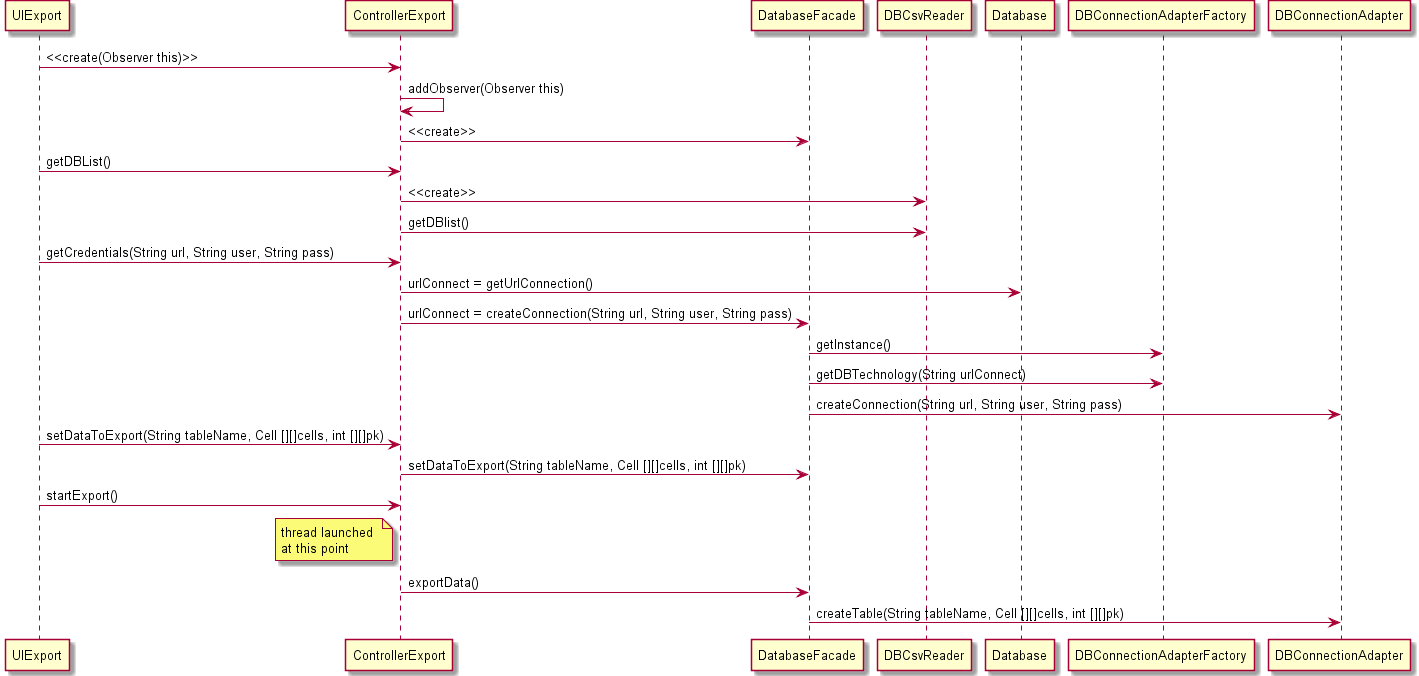
askpt/LAPR4 keeps this PlantUML diagram as src/csheets/ext/database/docs/use_case_realization_DBexport.png. Above is the earlier version.
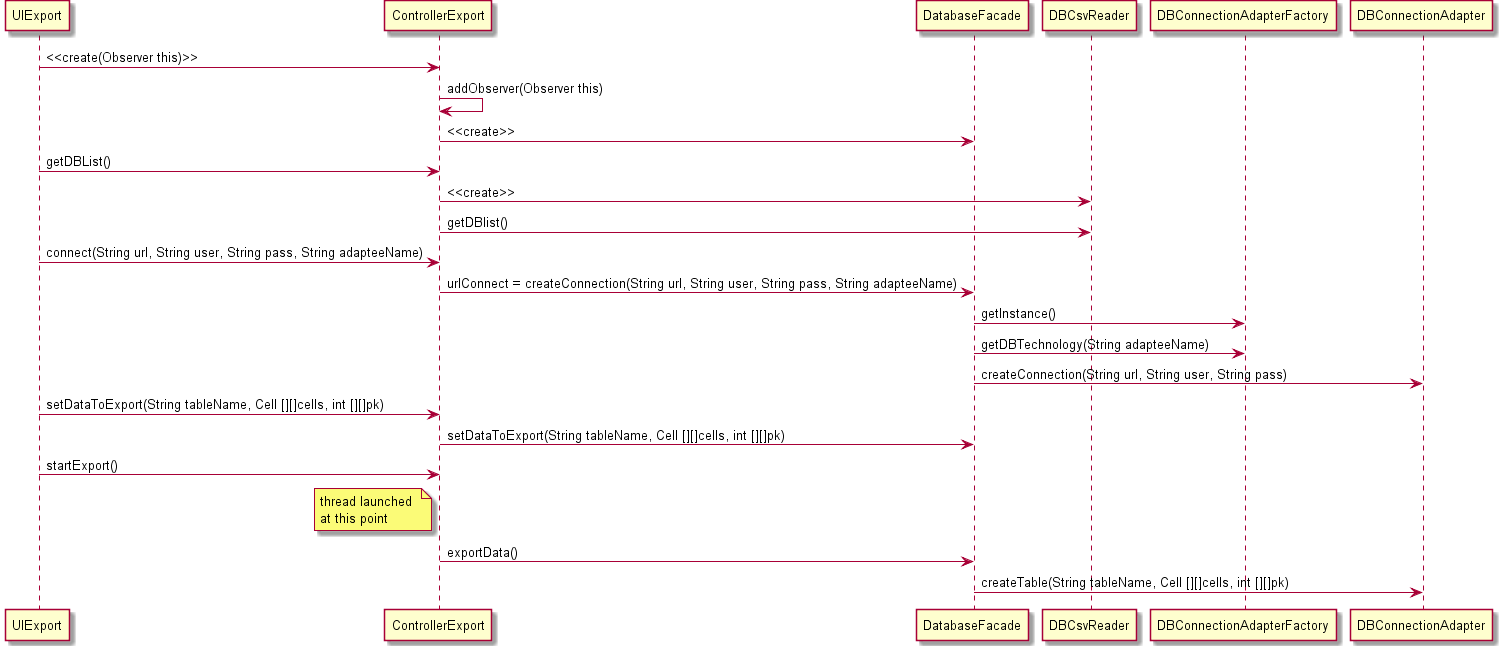
After the commit.

Commit message:
1111168: added new parameter (adapteeName) to sequence diagrams ref #5

Diff of the diagram source:
```diff
@@ -5,11 +5,10 @@
 UIExport -> ControllerExport: getDBList()
 ControllerExport -> DBCsvReader: <<create>>
 ControllerExport -> DBCsvReader: getDBlist()
-UIExport -> ControllerExport: getCredentials(String url, String user, String pass)
-ControllerExport -> Database: urlConnect = getUrlConnection()
-ControllerExport -> DatabaseFacade: urlConnect = createConnection(String url, String user, String pass)
+UIExport -> ControllerExport: connect(String url, String user, String pass, String adapteeName)
+ControllerExport -> DatabaseFacade: urlConnect = createConnection(String url, String user, String pass, String adapteeName)
 DatabaseFacade -> DBConnectionAdapterFactory: getInstance()
-DatabaseFacade -> DBConnectionAdapterFactory: getDBTechnology(String urlConnect)
+DatabaseFacade -> DBConnectionAdapterFactory: getDBTechnology(String adapteeName)
 DatabaseFacade -> DBConnectionAdapter: createConnection(String url, String user, String pass)
 UIExport -> ControllerExport: setDataToExport(String tableName, Cell [][]cells, int [][]pk)
 ControllerExport -> DatabaseFacade: setDataToExport(String tableName, Cell [][]cells, int [][]pk)
```
